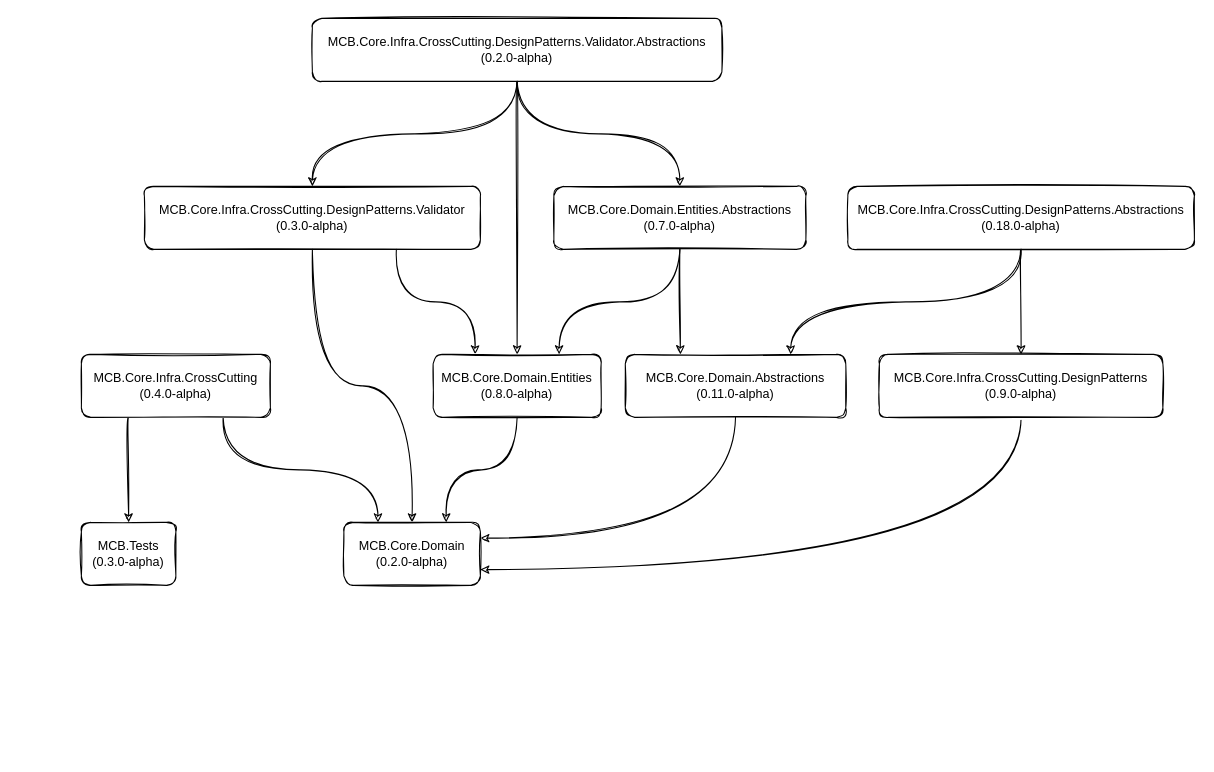
MarceloCas/Docs keeps this draw.io diagram as Core/diagrams/core-overview.drawio. Above is the earlier version. Source tidied: cells renumbered, new cells numbered last; positions are measured from the earlier drawing's top-left corner, leaving out a move shared by most shapes. Both pictures are drawn from the tidied source at 105%, with x=0, y=0 at pixel (81, 18).
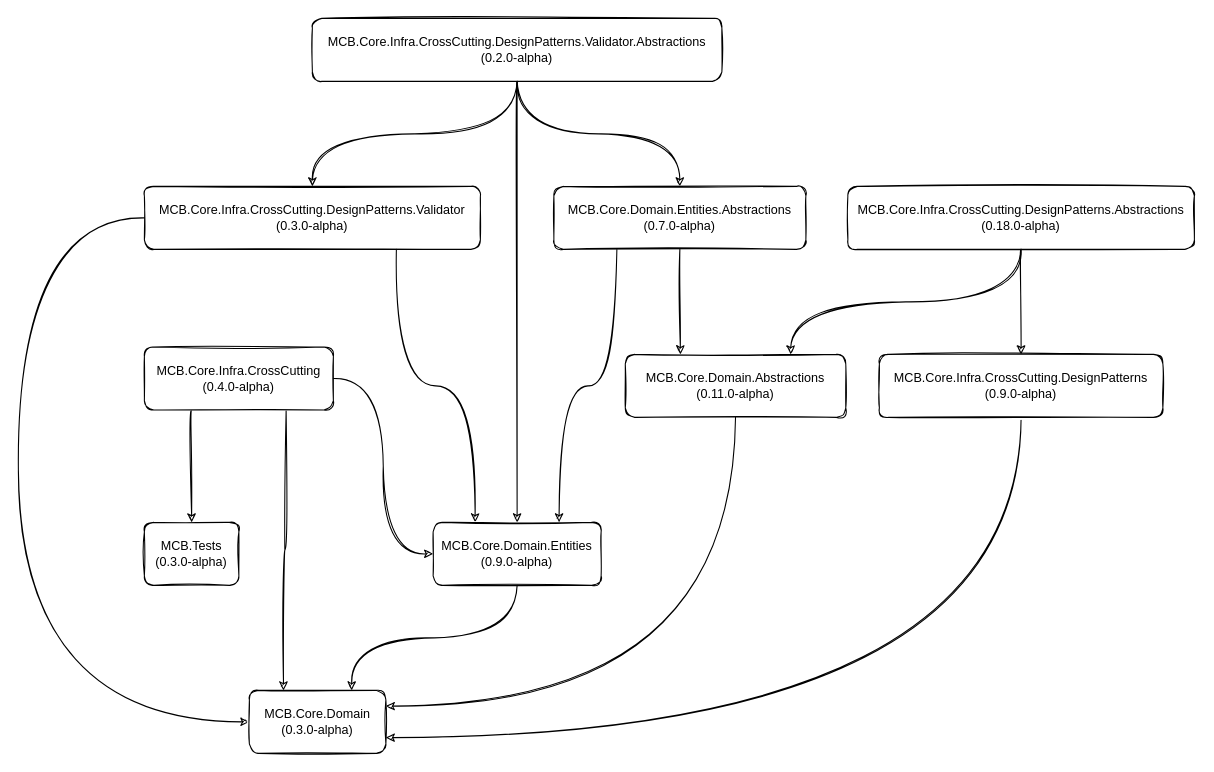
The same page after the edit.

Commit message (it also covers changes not shown here):
doc: update core-overview diagram

Unchanged cells that the change refers to:
```xml
<mxCell id="16" value="MCB.Core.Infra.CrossCutting.DesignPatterns.Validator&lt;br&gt;(0.3.0-alpha)" style="rounded=1;whiteSpace=wrap;html=1;sketch=1;" parent="1" vertex="1">
  <mxGeometry x="60" y="160" width="320" height="60" as="geometry" />
</mxCell>
<mxCell id="19" value="MCB.Core.Domain.Entities.Abstractions&lt;br&gt;(0.7.0-alpha)" style="rounded=1;whiteSpace=wrap;html=1;sketch=1;" parent="1" vertex="1">
  <mxGeometry x="450" y="160" width="240" height="60" as="geometry" />
</mxCell>
```

What changed in the source:
```diff
@@
+    <mxCell id="26" style="edgeStyle=orthogonalEdgeStyle;rounded=1;jettySize=auto;html=1;exitX=1;exitY=0.5;exitDx=0;exitDy=0;entryX=0;entryY=0.5;entryDx=0;entryDy=0;sketch=1;curved=1;" parent="1" edge="1" source="4" target="24">
+      <mxGeometry relative="1" as="geometry" />
+    </mxCell>
     <mxCell id="4" value="MCB.Core.Infra.CrossCutting&lt;br&gt;(0.4.0-alpha)" style="rounded=1;whiteSpace=wrap;html=1;sketch=1;" parent="1" vertex="1">
-      <mxGeometry y="320" width="180" height="60" as="geometry" />
+      <mxGeometry x="60" y="313" width="180" height="60" as="geometry" />
     </mxCell>
@@
-    <mxCell id="15" style="edgeStyle=orthogonalEdgeStyle;rounded=1;jettySize=auto;html=1;exitX=0.5;exitY=1;exitDx=0;exitDy=0;entryX=0.5;entryY=0;entryDx=0;entryDy=0;sketch=1;curved=1;" parent="1" edge="1" source="16" target="22">
-      <mxGeometry relative="1" as="geometry" />
+    <mxCell id="15" style="edgeStyle=orthogonalEdgeStyle;rounded=1;jettySize=auto;html=1;exitX=0;exitY=0.5;exitDx=0;exitDy=0;entryX=0;entryY=0.5;entryDx=0;entryDy=0;sketch=1;curved=1;" parent="1" edge="1" source="16" target="22">
+      <mxGeometry relative="1" as="geometry">
+        <Array as="points">
+          <mxPoint x="-60" y="190" />
+          <mxPoint x="-60" y="670" />
+        </Array>
+      </mxGeometry>
     </mxCell>
@@
-    <mxCell id="18" style="edgeStyle=orthogonalEdgeStyle;rounded=1;jettySize=auto;html=1;exitX=0.5;exitY=1;exitDx=0;exitDy=0;entryX=0.75;entryY=0;entryDx=0;entryDy=0;sketch=1;curved=1;" parent="1" edge="1" source="19" target="24">
+    <mxCell id="18" style="edgeStyle=orthogonalEdgeStyle;curved=1;rounded=1;sketch=1;jettySize=auto;html=1;exitX=0.25;exitY=1;exitDx=0;exitDy=0;entryX=0.75;entryY=0;entryDx=0;entryDy=0;" parent="1" edge="1" source="19" target="24">
       <mxGeometry relative="1" as="geometry" />
     </mxCell>
@@
-    <mxCell id="22" value="MCB.Core.Domain&lt;br&gt;(0.2.0-alpha)" style="rounded=1;whiteSpace=wrap;html=1;sketch=1;" parent="1" vertex="1">
-      <mxGeometry x="250" y="480" width="130" height="60" as="geometry" />
+    <mxCell id="22" value="MCB.Core.Domain&lt;br&gt;(0.3.0-alpha)" style="rounded=1;whiteSpace=wrap;html=1;sketch=1;" parent="1" vertex="1">
+      <mxGeometry x="160" y="640" width="130" height="60" as="geometry" />
     </mxCell>
@@
-    <mxCell id="24" value="MCB.Core.Domain.Entities&lt;br&gt;(0.8.0-alpha)" style="rounded=1;whiteSpace=wrap;html=1;sketch=1;" parent="1" vertex="1">
-      <mxGeometry x="335" y="320" width="160" height="60" as="geometry" />
+    <mxCell id="24" value="MCB.Core.Domain.Entities&lt;br&gt;(0.9.0-alpha)" style="rounded=1;whiteSpace=wrap;html=1;sketch=1;" parent="1" vertex="1">
+      <mxGeometry x="335" y="480" width="160" height="60" as="geometry" />
     </mxCell>
     <mxCell id="25" value="MCB.Tests&lt;br&gt;(0.3.0-alpha)" style="rounded=1;whiteSpace=wrap;html=1;sketch=1;" parent="1" vertex="1">
-      <mxGeometry y="480" width="90" height="60" as="geometry" />
+      <mxGeometry x="60" y="480" width="90" height="60" as="geometry" />
     </mxCell>
```
